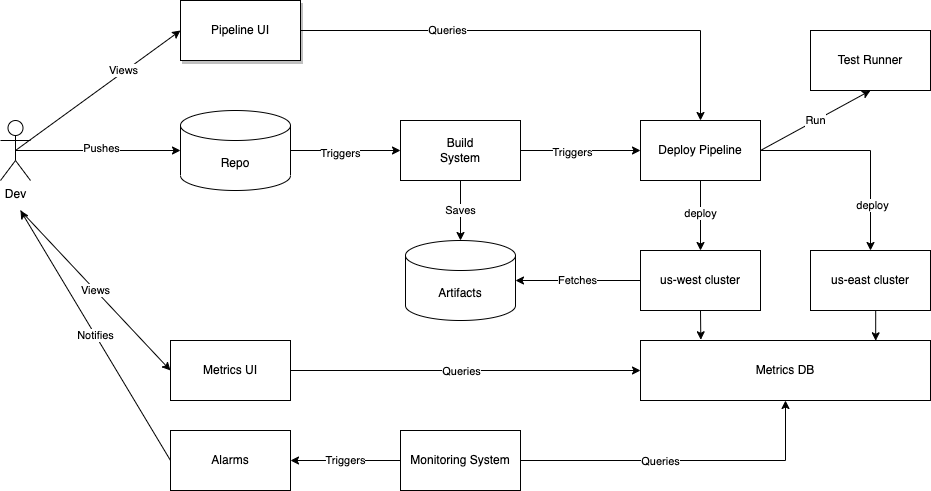
The draw.io diagram diagrams/deploy_arch.png in alexsteele/designs, before a commit. Source tidied: cells renumbered, new cells last; positions are measured from the earlier drawing's top-left corner, leaving out a move shared by most shapes.
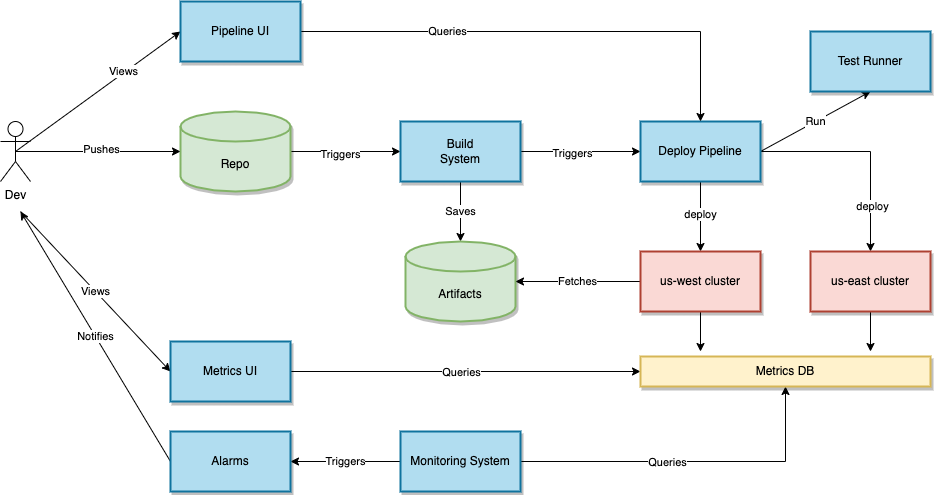
After the change.

Commit message:
Update deploy diagrams

The edit, as a diff of the source:
```diff
@@ -8,7 +8,7 @@
     <mxCell id="3" value="Triggers" style="edgeLabel;html=1;align=center;verticalAlign=middle;" parent="2" vertex="1">
       <mxGeometry x="-0.11" y="-2" relative="1" as="geometry" />
     </mxCell>
-    <mxCell id="4" value="Repo" style="shape=cylinder3;whiteSpace=wrap;html=1;boundedLbl=1;backgroundOutline=1;size=15;" parent="1" vertex="1">
+    <mxCell id="4" value="Repo" style="shape=cylinder3;whiteSpace=wrap;html=1;boundedLbl=1;backgroundOutline=1;size=15;fillColor=#d5e8d4;strokeColor=#82b366;shadow=1;strokeWidth=2;" parent="1" vertex="1">
       <mxGeometry x="180" y="110" width="110" height="80" as="geometry" />
     </mxCell>
     <mxCell id="5" style="edgeStyle=orthogonalEdgeStyle;rounded=0;jettySize=auto;html=1;exitX=0.5;exitY=0.5;exitDx=0;exitDy=0;exitPerimeter=0;entryX=0;entryY=0.5;entryDx=0;entryDy=0;entryPerimeter=0;" parent="1" edge="1" source="9" target="4">
@@ -35,10 +35,10 @@
     <mxCell id="12" value="Triggers" style="edgeLabel;html=1;align=center;verticalAlign=middle;" parent="11" vertex="1">
       <mxGeometry x="-0.15" y="-1" relative="1" as="geometry" />
     </mxCell>
-    <mxCell id="13" value="Build&lt;br&gt;System" style="rounded=0;whiteSpace=wrap;html=1;" parent="1" vertex="1">
+    <mxCell id="13" value="Build&lt;br&gt;System" style="rounded=0;whiteSpace=wrap;html=1;shadow=1;sketch=0;fillColor=#b1ddf0;strokeColor=#10739e;strokeWidth=2;" parent="1" vertex="1">
       <mxGeometry x="400" y="120" width="120" height="60" as="geometry" />
     </mxCell>
-    <mxCell id="14" value="Artifacts" style="shape=cylinder3;whiteSpace=wrap;html=1;boundedLbl=1;backgroundOutline=1;size=15;" parent="1" vertex="1">
+    <mxCell id="14" value="Artifacts" style="shape=cylinder3;whiteSpace=wrap;html=1;boundedLbl=1;backgroundOutline=1;size=15;shadow=1;sketch=0;fillColor=#d5e8d4;strokeColor=#82b366;strokeWidth=2;" parent="1" vertex="1">
       <mxGeometry x="405" y="240" width="110" height="80" as="geometry" />
     </mxCell>
     <mxCell id="15" style="edgeStyle=orthogonalEdgeStyle;rounded=0;jettySize=auto;html=1;exitX=0.5;exitY=1;exitDx=0;exitDy=0;" parent="1" edge="1" source="20" target="23">
@@ -53,25 +53,29 @@
     <mxCell id="18" value="deploy" style="edgeLabel;html=1;align=center;verticalAlign=middle;" parent="17" vertex="1">
       <mxGeometry x="0.56" y="1" relative="1" as="geometry" />
     </mxCell>
-    <mxCell id="19" value="Run" style="edgeStyle=none;rounded=0;jettySize=auto;html=1;exitX=1;exitY=0.5;exitDx=0;exitDy=0;entryX=0.5;entryY=1;entryDx=0;entryDy=0;startArrow=none;startFill=0;endArrow=classic;endFill=1;" parent="1" edge="1" source="20" target="40">
+    <mxCell id="19" value="Run" style="edgeStyle=none;rounded=0;jettySize=auto;html=1;exitX=1;exitY=0.5;exitDx=0;exitDy=0;entryX=0.5;entryY=1;entryDx=0;entryDy=0;startArrow=none;startFill=0;endArrow=classic;endFill=1;" parent="1" edge="1" source="20" target="39">
       <mxGeometry relative="1" as="geometry" />
     </mxCell>
-    <mxCell id="20" value="Deploy Pipeline" style="rounded=0;whiteSpace=wrap;html=1;" parent="1" vertex="1">
+    <mxCell id="20" value="Deploy Pipeline" style="rounded=0;whiteSpace=wrap;html=1;shadow=1;sketch=0;fillColor=#b1ddf0;strokeColor=#10739e;strokeWidth=2;" parent="1" vertex="1">
       <mxGeometry x="640" y="120" width="120" height="60" as="geometry" />
     </mxCell>
     <mxCell id="21" value="Fetches" style="edgeStyle=orthogonalEdgeStyle;rounded=0;jettySize=auto;html=1;exitX=0;exitY=0.5;exitDx=0;exitDy=0;entryX=1;entryY=0.5;entryDx=0;entryDy=0;entryPerimeter=0;" parent="1" edge="1" source="23" target="14">
       <mxGeometry relative="1" as="geometry" />
     </mxCell>
-    <mxCell id="22" style="edgeStyle=orthogonalEdgeStyle;rounded=0;jettySize=auto;html=1;exitX=0.5;exitY=1;exitDx=0;exitDy=0;entryX=0.208;entryY=-0.012;entryDx=0;entryDy=0;entryPerimeter=0;" parent="1" edge="1" source="23" target="29">
-      <mxGeometry relative="1" as="geometry" />
+    <mxCell id="22" style="edgeStyle=orthogonalEdgeStyle;rounded=0;jettySize=auto;html=1;exitX=0.5;exitY=1;exitDx=0;exitDy=0;" parent="1" edge="1" source="23">
+      <mxGeometry relative="1" as="geometry">
+        <mxPoint x="700" y="350" as="targetPoint" />
+      </mxGeometry>
     </mxCell>
-    <mxCell id="23" value="us-west cluster" style="rounded=0;whiteSpace=wrap;html=1;" parent="1" vertex="1">
+    <mxCell id="23" value="us-west cluster" style="rounded=0;whiteSpace=wrap;html=1;shadow=1;sketch=0;fillColor=#fad9d5;strokeColor=#ae4132;strokeWidth=2;" parent="1" vertex="1">
       <mxGeometry x="640" y="250" width="120" height="60" as="geometry" />
     </mxCell>
-    <mxCell id="24" style="edgeStyle=orthogonalEdgeStyle;rounded=0;jettySize=auto;html=1;exitX=0.5;exitY=1;exitDx=0;exitDy=0;entryX=0.811;entryY=0.005;entryDx=0;entryDy=0;entryPerimeter=0;" parent="1" edge="1" source="25" target="29">
-      <mxGeometry relative="1" as="geometry" />
+    <mxCell id="24" style="edgeStyle=orthogonalEdgeStyle;rounded=0;jettySize=auto;html=1;exitX=0.5;exitY=1;exitDx=0;exitDy=0;" parent="1" edge="1" source="25">
+      <mxGeometry relative="1" as="geometry">
+        <mxPoint x="870" y="350" as="targetPoint" />
+      </mxGeometry>
     </mxCell>
-    <mxCell id="25" value="us-east cluster" style="rounded=0;whiteSpace=wrap;html=1;" parent="1" vertex="1">
+    <mxCell id="25" value="us-east cluster" style="rounded=0;whiteSpace=wrap;html=1;shadow=1;sketch=0;fillColor=#fad9d5;strokeColor=#ae4132;strokeWidth=2;" parent="1" vertex="1">
       <mxGeometry x="810" y="250" width="120" height="60" as="geometry" />
     </mxCell>
     <mxCell id="26" style="edgeStyle=orthogonalEdgeStyle;rounded=0;jettySize=auto;html=1;exitX=1;exitY=0.5;exitDx=0;exitDy=0;entryX=0.5;entryY=0;entryDx=0;entryDy=0;startArrow=none;startFill=0;endArrow=classic;endFill=1;" parent="1" edge="1" source="28" target="20">
@@ -80,50 +84,52 @@
     <mxCell id="27" value="Queries" style="edgeLabel;html=1;align=center;verticalAlign=middle;" parent="26" vertex="1">
       <mxGeometry x="-0.4" y="1" relative="1" as="geometry" />
     </mxCell>
-    <mxCell id="28" value="Pipeline UI" style="rounded=0;whiteSpace=wrap;html=1;shadow=1;" parent="1" vertex="1">
+    <mxCell id="28" value="Pipeline UI" style="rounded=0;whiteSpace=wrap;html=1;shadow=1;sketch=0;fillColor=#b1ddf0;strokeColor=#10739e;strokeWidth=2;" parent="1" vertex="1">
       <mxGeometry x="180" width="120" height="60" as="geometry" />
     </mxCell>
-    <mxCell id="29" value="Metrics DB" style="rounded=0;whiteSpace=wrap;html=1;" parent="1" vertex="1">
-      <mxGeometry x="640" y="340" width="290" height="60" as="geometry" />
+    <mxCell id="29" style="edgeStyle=orthogonalEdgeStyle;rounded=0;jettySize=auto;html=1;exitX=1;exitY=0.5;exitDx=0;exitDy=0;entryX=0.5;entryY=1;entryDx=0;entryDy=0;" parent="1" edge="1" source="32" target="40">
+      <mxGeometry relative="1" as="geometry" />
     </mxCell>
-    <mxCell id="30" style="edgeStyle=orthogonalEdgeStyle;rounded=0;jettySize=auto;html=1;exitX=1;exitY=0.5;exitDx=0;exitDy=0;" parent="1" edge="1" source="33" target="29">
-      <mxGeometry relative="1" as="geometry" />
+    <mxCell id="30" value="Queries" style="edgeLabel;html=1;align=center;verticalAlign=middle;" parent="29" vertex="1">
+      <mxGeometry x="-0.14" relative="1" as="geometry" />
     </mxCell>
-    <mxCell id="31" value="Queries" style="edgeLabel;html=1;align=center;verticalAlign=middle;" parent="30" vertex="1">
-      <mxGeometry x="-0.14" relative="1" as="geometry" />
+    <mxCell id="31" value="Triggers" style="edgeStyle=orthogonalEdgeStyle;rounded=0;jettySize=auto;html=1;exitX=0;exitY=0.5;exitDx=0;exitDy=0;" parent="1" edge="1" source="32" target="34">
+      <mxGeometry relative="1" as="geometry" />
     </mxCell>
-    <mxCell id="32" value="Triggers" style="edgeStyle=orthogonalEdgeStyle;rounded=0;jettySize=auto;html=1;exitX=0;exitY=0.5;exitDx=0;exitDy=0;" parent="1" edge="1" source="33" target="35">
-      <mxGeometry relative="1" as="geometry" />
+    <mxCell id="32" value="Monitoring System" style="rounded=0;whiteSpace=wrap;html=1;shadow=1;sketch=0;fillColor=#b1ddf0;strokeColor=#10739e;strokeWidth=2;" parent="1" vertex="1">
+      <mxGeometry x="400" y="430" width="120" height="60" as="geometry" />
     </mxCell>
-    <mxCell id="33" value="Monitoring System" style="rounded=0;whiteSpace=wrap;html=1;" parent="1" vertex="1">
-      <mxGeometry x="400" y="430" width="120" height="60" as="geometry" />
+    <mxCell id="33" value="Notifies" style="rounded=0;jettySize=auto;html=1;exitX=0;exitY=0.5;exitDx=0;exitDy=0;" parent="1" edge="1" source="34">
+      <mxGeometry relative="1" as="geometry">
+        <mxPoint x="20" y="210" as="targetPoint" />
+      </mxGeometry>
     </mxCell>
-    <mxCell id="34" value="Notifies" style="rounded=0;jettySize=auto;html=1;exitX=0;exitY=0.5;exitDx=0;exitDy=0;" parent="1" edge="1" source="35">
-      <mxGeometry relative="1" as="geometry">
-        <mxPoint x="20" y="210" as="targetPoint" />
-      </mxGeometry>
+    <mxCell id="34" value="Alarms" style="rounded=0;whiteSpace=wrap;html=1;shadow=1;sketch=0;fillColor=#b1ddf0;strokeColor=#10739e;strokeWidth=2;" parent="1" vertex="1">
+      <mxGeometry x="170" y="430" width="120" height="60" as="geometry" />
     </mxCell>
-    <mxCell id="35" value="Alarms" style="rounded=0;whiteSpace=wrap;html=1;" parent="1" vertex="1">
-      <mxGeometry x="170" y="430" width="120" height="60" as="geometry" />
+    <mxCell id="35" style="edgeStyle=orthogonalEdgeStyle;rounded=0;jettySize=auto;html=1;exitX=1;exitY=0.5;exitDx=0;exitDy=0;" parent="1" edge="1" source="38">
+      <mxGeometry relative="1" as="geometry">
+        <mxPoint x="640" y="370" as="targetPoint" />
+      </mxGeometry>
     </mxCell>
-    <mxCell id="36" style="edgeStyle=orthogonalEdgeStyle;rounded=0;jettySize=auto;html=1;exitX=1;exitY=0.5;exitDx=0;exitDy=0;" parent="1" edge="1" source="39" target="29">
-      <mxGeometry relative="1" as="geometry" />
+    <mxCell id="36" value="Queries" style="edgeLabel;html=1;align=center;verticalAlign=middle;" parent="35" vertex="1">
+      <mxGeometry x="-0.1" relative="1" as="geometry">
+        <mxPoint x="12" as="offset" />
+      </mxGeometry>
     </mxCell>
-    <mxCell id="37" value="Queries" style="edgeLabel;html=1;align=center;verticalAlign=middle;" parent="36" vertex="1">
-      <mxGeometry x="-0.1" relative="1" as="geometry">
-        <mxPoint x="12" as="offset" />
+    <mxCell id="37" value="Views" style="edgeStyle=none;rounded=0;jettySize=auto;html=1;exitX=0;exitY=0.5;exitDx=0;exitDy=0;startArrow=classic;startFill=1;endArrow=none;endFill=0;" parent="1" edge="1" source="38">
+      <mxGeometry relative="1" as="geometry">
+        <mxPoint x="20" y="210" as="targetPoint" />
       </mxGeometry>
     </mxCell>
-    <mxCell id="38" value="Views" style="edgeStyle=none;rounded=0;jettySize=auto;html=1;exitX=0;exitY=0.5;exitDx=0;exitDy=0;startArrow=classic;startFill=1;endArrow=none;endFill=0;" parent="1" edge="1" source="39">
-      <mxGeometry relative="1" as="geometry">
-        <mxPoint x="20" y="210" as="targetPoint" />
-      </mxGeometry>
+    <mxCell id="38" value="Metrics UI" style="rounded=0;whiteSpace=wrap;html=1;shadow=1;sketch=0;fillColor=#b1ddf0;strokeColor=#10739e;strokeWidth=2;" parent="1" vertex="1">
+      <mxGeometry x="170" y="340" width="120" height="60" as="geometry" />
     </mxCell>
-    <mxCell id="39" value="Metrics UI" style="rounded=0;whiteSpace=wrap;html=1;" parent="1" vertex="1">
-      <mxGeometry x="170" y="340" width="120" height="60" as="geometry" />
+    <mxCell id="39" value="Test Runner" style="rounded=0;whiteSpace=wrap;html=1;shadow=1;sketch=0;fillColor=#b1ddf0;strokeColor=#10739e;strokeWidth=2;" parent="1" vertex="1">
+      <mxGeometry x="810" y="30" width="120" height="60" as="geometry" />
     </mxCell>
-    <mxCell id="40" value="Test Runner" style="rounded=0;whiteSpace=wrap;html=1;" parent="1" vertex="1">
-      <mxGeometry x="810" y="30" width="120" height="60" as="geometry" />
+    <mxCell id="40" value="Metrics DB" style="rounded=0;whiteSpace=wrap;html=1;shadow=1;sketch=0;strokeWidth=2;fillColor=#fff2cc;strokeColor=#d6b656;" parent="1" vertex="1">
+      <mxGeometry x="640" y="355" width="290" height="30" as="geometry" />
     </mxCell>
   </root>
 </mxGraphModel>
```
